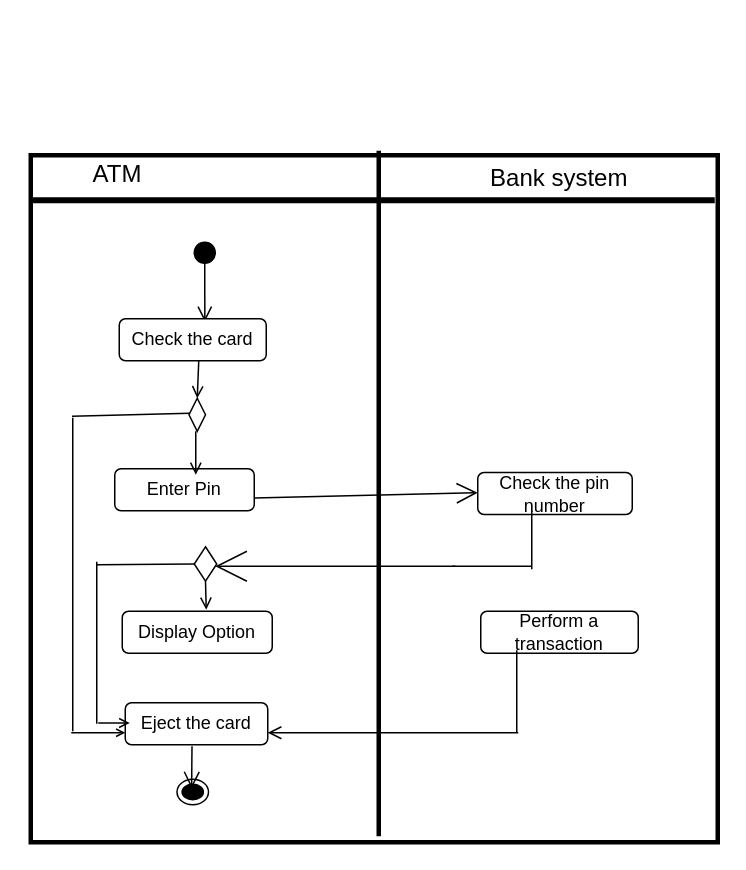
Above: Acitvity Diagram.drawio in rslatif/draw.io- (draw.io), before the change. Source tidied: cells renumbered, new cells numbered last; positions are measured from the earlier drawing's top-left corner, leaving out a move shared by most shapes. Both pictures are drawn from the tidied source at 150%, with x=0, y=0 at pixel (30, 150).
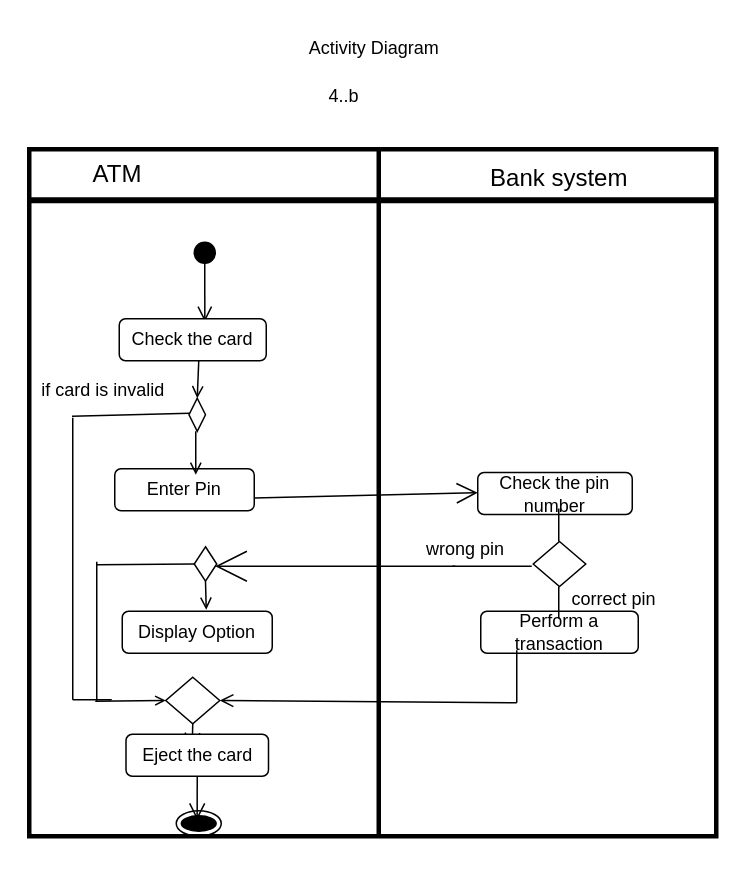
Above is the later version.

Diff of the diagram source:
```diff
@@
     <mxCell id="2" style="whiteSpace=wrap;html=1;strokeWidth=3;" parent="1" vertex="1">
-      <mxGeometry y="3" width="458" height="458" as="geometry" />
+      <mxGeometry x="-1" y="-1" width="458" height="458" as="geometry" />
     </mxCell>
@@
-    <mxCell id="11" value="Eject the card" style="rounded=1;whiteSpace=wrap;html=1;" parent="1" vertex="1">
-      <mxGeometry x="63" y="368" width="95" height="28" as="geometry" />
-    </mxCell>
@@
     <mxCell id="14" style="ellipse;html=1;shape=endState;fillColor=#000000;strokeColor=#000000;" parent="1" vertex="1">
-      <mxGeometry x="97.5" y="419" width="21" height="17" as="geometry" />
+      <mxGeometry x="97" y="440" width="30" height="17" as="geometry" />
     </mxCell>
@@
     <mxCell id="18" style="endArrow=none;html=1;rounded=0;fontSize=12;startSize=8;endSize=9;curved=1;" parent="1" edge="1">
       <mxGeometry relative="1" as="geometry">
         <mxPoint x="28" y="178" as="sourcePoint" />
-        <mxPoint x="28" y="387" as="targetPoint" />
+        <mxPoint x="28" y="366" as="targetPoint" />
       </mxGeometry>
     </mxCell>
-    <mxCell id="19" style="endArrow=open;endFill=1;endSize=4;html=1;rounded=0;fontSize=12;curved=1;" parent="1" edge="1">
-      <mxGeometry relative="1" as="geometry">
-        <mxPoint x="27" y="388" as="sourcePoint" />
-        <mxPoint x="63" y="388" as="targetPoint" />
-      </mxGeometry>
-    </mxCell>
@@
-    <mxCell id="24" style="endArrow=none;html=1;rounded=0;fontSize=12;startSize=8;endSize=8;curved=1;strokeWidth=1;" parent="1" edge="1">
-      <mxGeometry relative="1" as="geometry">
-        <mxPoint x="334" y="279" as="sourcePoint" />
-        <mxPoint x="334" y="240" as="targetPoint" />
-      </mxGeometry>
-    </mxCell>
@@
     <mxCell id="28" style="endArrow=none;html=1;rounded=0;fontSize=12;startSize=8;endSize=8;curved=1;" parent="1" edge="1">
       <mxGeometry relative="1" as="geometry">
-        <mxPoint x="44" y="382" as="sourcePoint" />
+        <mxPoint x="44" y="367" as="sourcePoint" />
         <mxPoint x="44" y="274" as="targetPoint" />
       </mxGeometry>
     </mxCell>
-    <mxCell id="29" style="endArrow=open;endFill=1;endSize=5;html=1;rounded=0;fontSize=12;curved=1;startSize=5;" parent="1" edge="1">
+    <mxCell id="29" style="endArrow=open;endFill=1;endSize=5;html=1;rounded=0;fontSize=12;curved=1;startSize=5;entryX=0;entryY=0.5;entryDx=0;entryDy=0;" parent="1" edge="1" target="42">
       <mxGeometry relative="1" as="geometry">
-        <mxPoint x="45" y="381.5" as="sourcePoint" />
-        <mxPoint x="66" y="381.5" as="targetPoint" />
+        <mxPoint x="43" y="367" as="sourcePoint" />
       </mxGeometry>
     </mxCell>
-    <mxCell id="30" style="endArrow=open;endFill=1;endSize=7;html=1;rounded=0;fontSize=12;curved=1;" parent="1" edge="1">
+    <mxCell id="30" style="endArrow=open;endFill=1;endSize=7;html=1;rounded=0;fontSize=12;curved=1;entryX=1;entryY=0.5;entryDx=0;entryDy=0;" parent="1" edge="1" target="42">
       <mxGeometry relative="1" as="geometry">
-        <mxPoint x="325" y="388" as="sourcePoint" />
-        <mxPoint x="158" y="388" as="targetPoint" />
+        <mxPoint x="324" y="368" as="sourcePoint" />
       </mxGeometry>
     </mxCell>
     <mxCell id="31" style="endArrow=none;html=1;rounded=0;fontSize=12;startSize=8;endSize=8;curved=1;" parent="1" edge="1">
       <mxGeometry relative="1" as="geometry">
-        <mxPoint x="324" y="388" as="sourcePoint" />
+        <mxPoint x="324" y="368" as="sourcePoint" />
         <mxPoint x="324" y="333" as="targetPoint" />
       </mxGeometry>
     </mxCell>
-    <mxCell id="32" style="endArrow=open;endFill=1;endSize=9;html=1;rounded=0;fontSize=12;curved=1;entryX=0.464;entryY=0.364;entryDx=0;entryDy=0;entryPerimeter=0;" parent="1" edge="1" target="14">
-      <mxGeometry relative="1" as="geometry">
-        <mxPoint x="107.5" y="397" as="sourcePoint" />
-      </mxGeometry>
+    <mxCell id="32" style="endArrow=open;endFill=1;endSize=9;html=1;rounded=0;fontSize=12;curved=1;entryX=0.464;entryY=0.364;entryDx=0;entryDy=0;entryPerimeter=0;exitX=0.5;exitY=1;exitDx=0;exitDy=0;" parent="1" edge="1" source="11" target="14">
+      <mxGeometry relative="1" as="geometry" />
     </mxCell>
+    <mxCell id="33" value="if card is invalid" style="text;html=1;align=center;verticalAlign=middle;whiteSpace=wrap;rounded=0;" parent="1" vertex="1">
+      <mxGeometry x="-3" y="151" width="103" height="18" as="geometry" />
+    </mxCell>
+    <mxCell id="34" style="rhombus;whiteSpace=wrap;html=1;fontColor=#000000;fillColor=#FFFFFF;strokeColor=#000000;" parent="1" vertex="1">
+      <mxGeometry x="335" y="260.5" width="35" height="30" as="geometry" />
+    </mxCell>
+    <mxCell id="35" style="endArrow=none;html=1;rounded=0;" parent="1" edge="1">
+      <mxGeometry relative="1" as="geometry">
+        <mxPoint x="352" y="260.5" as="sourcePoint" />
+        <mxPoint x="352" y="238.5" as="targetPoint" />
+      </mxGeometry>
+    </mxCell>
+    <mxCell id="36" style="endArrow=none;html=1;rounded=0;startSize=0;" parent="1" edge="1">
+      <mxGeometry relative="1" as="geometry">
+        <mxPoint x="352" y="312" as="sourcePoint" />
+        <mxPoint x="352" y="290.5" as="targetPoint" />
+      </mxGeometry>
+    </mxCell>
+    <mxCell id="37" value="wrong pin" style="text;html=1;align=center;verticalAlign=middle;whiteSpace=wrap;rounded=0;" parent="1" vertex="1">
+      <mxGeometry x="260" y="251" width="60" height="30" as="geometry" />
+    </mxCell>
+    <mxCell id="38" value="correct pin" style="text;html=1;align=center;verticalAlign=middle;whiteSpace=wrap;rounded=0;" parent="1" vertex="1">
+      <mxGeometry x="359" y="284" width="60" height="30" as="geometry" />
+    </mxCell>
+    <mxCell id="39" value="Activity Diagram&amp;nbsp;&amp;nbsp;" style="text;html=1;align=center;verticalAlign=middle;whiteSpace=wrap;rounded=0;" parent="1" vertex="1">
+      <mxGeometry x="81" y="-83" width="303" height="30" as="geometry" />
+    </mxCell>
+    <mxCell id="40" value="4..b" style="text;html=1;align=center;verticalAlign=middle;whiteSpace=wrap;rounded=0;" parent="1" vertex="1">
+      <mxGeometry x="179" y="-51" width="60" height="30" as="geometry" />
+    </mxCell>
+    <mxCell id="41" style="endArrow=none;html=1;rounded=0;" parent="1" edge="1">
+      <mxGeometry relative="1" as="geometry">
+        <mxPoint x="28" y="366" as="sourcePoint" />
+        <mxPoint x="54" y="366" as="targetPoint" />
+      </mxGeometry>
+    </mxCell>
+    <mxCell id="42" style="rhombus;whiteSpace=wrap;html=1;" parent="1" vertex="1">
+      <mxGeometry x="90" y="351" width="36" height="31" as="geometry" />
+    </mxCell>
+    <mxCell id="43" style="endArrow=open;endFill=1;endSize=9;html=1;rounded=0;fontSize=12;curved=1;entryX=0.464;entryY=0.364;entryDx=0;entryDy=0;entryPerimeter=0;exitX=0.5;exitY=1;exitDx=0;exitDy=0;" parent="1" edge="1" source="42" target="11">
+      <mxGeometry relative="1" as="geometry" />
+    </mxCell>
+    <mxCell id="11" value="Eject the card" style="rounded=1;whiteSpace=wrap;html=1;" parent="1" vertex="1">
+      <mxGeometry x="63.5" y="389" width="95" height="28" as="geometry" />
+    </mxCell>
```
